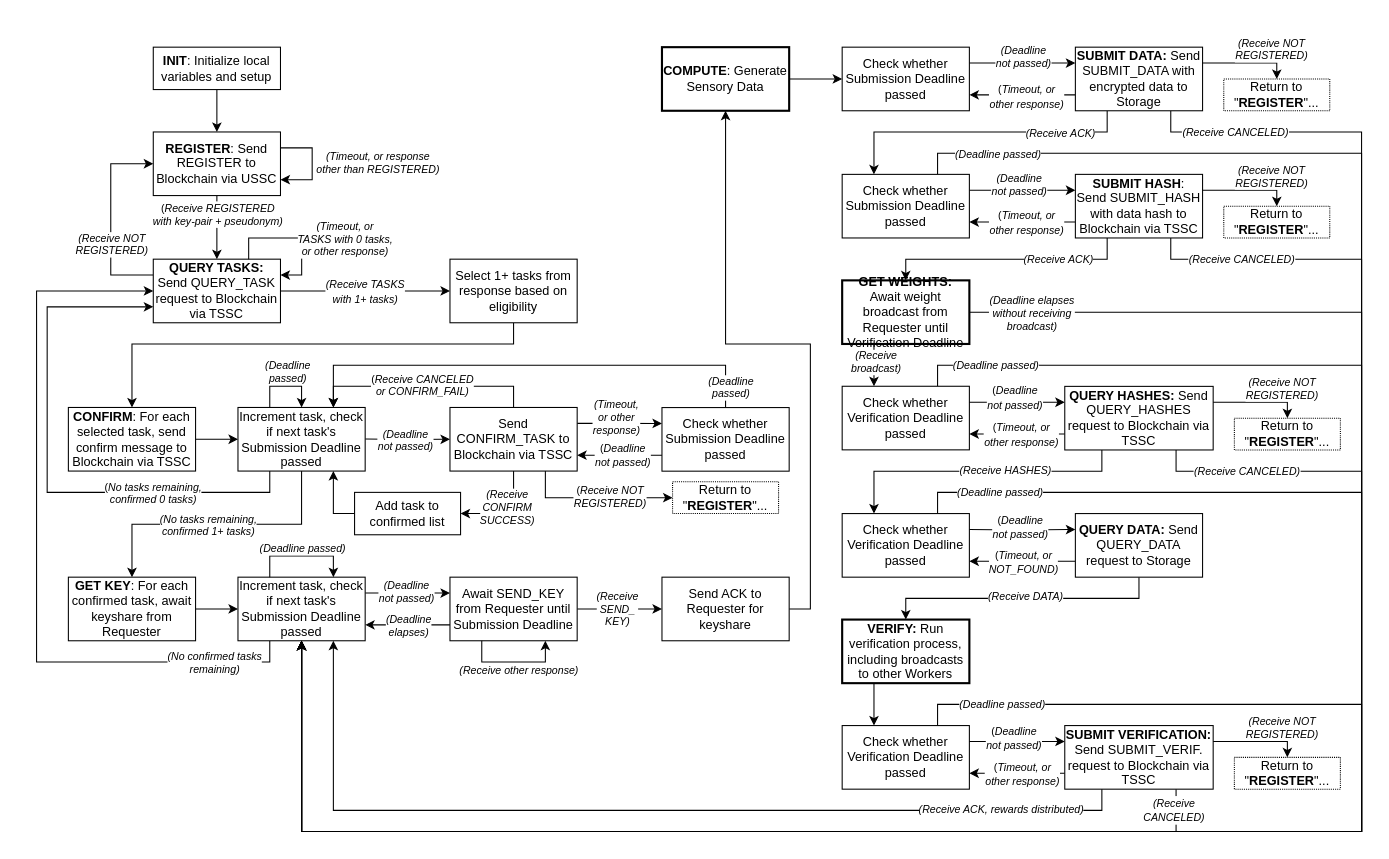
This is state_diagrams/Worker.drawio from chrisj770/cspec, a draw.io file, before an edit. Source tidied: cells renumbered, new cells numbered last; positions are measured from the earlier drawing's top-left corner, leaving out a move shared by most shapes. Both pictures are drawn from the tidied source at 106%, with x=0, y=0 at pixel (36, 47).
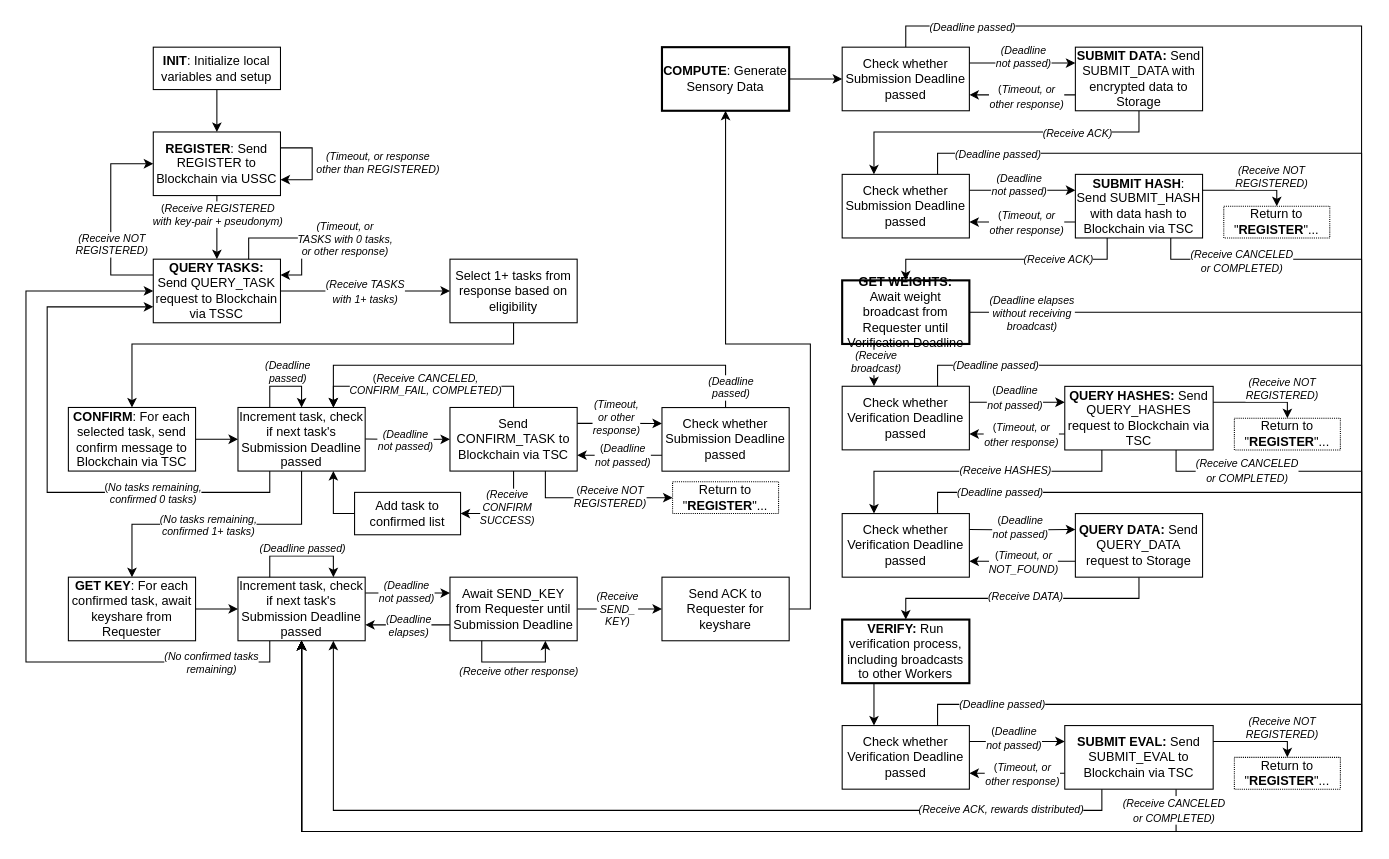
The same diagram, later.

The change refers to these unchanged cells:
```xml
<mxCell id="11" value="&lt;b&gt;QUERY TASKS: &lt;/b&gt;Send QUERY_TASK request to Blockchain via TSSC" style="rounded=0;whiteSpace=wrap;html=1;" parent="1" vertex="1">
  <mxGeometry x="110.1" y="200" width="120" height="60" as="geometry" />
</mxCell>
<mxCell id="22" value="Check whether Submission Deadline passed" style="rounded=0;whiteSpace=wrap;html=1;" parent="1" vertex="1">
  <mxGeometry x="760" width="120" height="60" as="geometry" />
</mxCell>
<mxCell id="34" style="edgeStyle=orthogonalEdgeStyle;rounded=0;jettySize=auto;html=1;exitX=0.5;exitY=0;exitDx=0;exitDy=0;entryX=0.75;entryY=0;entryDx=0;entryDy=0;" parent="1" edge="1" source="42" target="33">
  <mxGeometry relative="1" as="geometry" />
</mxCell>
<mxCell id="59" value="&lt;div&gt;Increment task, check if next task's Submission Deadline passed&lt;/div&gt;" style="rounded=0;whiteSpace=wrap;html=1;" parent="1" vertex="1">
  <mxGeometry x="190" y="500" width="120" height="60" as="geometry" />
</mxCell>
<mxCell id="73" style="edgeStyle=orthogonalEdgeStyle;rounded=0;orthogonalLoop=1;jettySize=auto;html=1;exitX=0.25;exitY=1;exitDx=0;exitDy=0;entryX=0.75;entryY=1;entryDx=0;entryDy=0;" parent="1" edge="1" source="64" target="64">
  <mxGeometry relative="1" as="geometry" />
</mxCell>
<mxCell id="79" value="&lt;b&gt;SUBMIT DATA:&lt;/b&gt; Send SUBMIT_DATA with encrypted data to Storage" style="whiteSpace=wrap;html=1;rounded=0;" parent="1" vertex="1">
  <mxGeometry x="980" width="120" height="60" as="geometry" />
</mxCell>
<mxCell id="84" value="Check whether Submission Deadline passed" style="rounded=0;whiteSpace=wrap;html=1;" parent="1" vertex="1">
  <mxGeometry x="760" y="120" width="120" height="60" as="geometry" />
</mxCell>
<mxCell id="89" style="edgeStyle=orthogonalEdgeStyle;rounded=0;jettySize=auto;html=1;exitX=0.75;exitY=1;exitDx=0;exitDy=0;entryX=0.5;entryY=1;entryDx=0;entryDy=0;" parent="1" edge="1" source="91" target="59">
  <mxGeometry relative="1" as="geometry">
    <Array as="points">
      <mxPoint x="1070" y="200" />
      <mxPoint x="1250" y="200" />
      <mxPoint x="1250" y="740" />
      <mxPoint x="250" y="740" />
    </Array>
  </mxGeometry>
</mxCell>
<mxCell id="109" style="edgeStyle=orthogonalEdgeStyle;rounded=0;jettySize=auto;html=1;exitX=0.75;exitY=1;exitDx=0;exitDy=0;entryX=0.5;entryY=1;entryDx=0;entryDy=0;" parent="1" edge="1" source="111" target="59">
  <mxGeometry relative="1" as="geometry">
    <Array as="points">
      <mxPoint x="1075" y="400" />
      <mxPoint x="1250" y="400" />
      <mxPoint x="1250" y="740" />
      <mxPoint x="250" y="740" />
    </Array>
  </mxGeometry>
</mxCell>
<mxCell id="128" style="edgeStyle=orthogonalEdgeStyle;rounded=0;jettySize=auto;html=1;exitX=0.75;exitY=1;exitDx=0;exitDy=0;entryX=0.5;entryY=1;entryDx=0;entryDy=0;" parent="1" edge="1" source="130" target="59">
  <mxGeometry relative="1" as="geometry">
    <Array as="points">
      <mxPoint x="1075" y="740" />
      <mxPoint x="250" y="740" />
    </Array>
  </mxGeometry>
</mxCell>
```

Diff of the diagram source:
```diff
@@
-    <mxCell id="13" value="&lt;b&gt;CONFIRM&lt;/b&gt;: For each selected task, send confirm message to Blockchain via TSSC" style="rounded=0;whiteSpace=wrap;html=1;" parent="1" vertex="1">
+    <mxCell id="13" value="&lt;b&gt;CONFIRM&lt;/b&gt;: For each selected task, send confirm message to Blockchain via TSC" style="rounded=0;whiteSpace=wrap;html=1;" parent="1" vertex="1">
       <mxGeometry x="30" y="339.9" width="120" height="60" as="geometry" />
     </mxCell>
@@
-    <mxCell id="20" style="edgeStyle=orthogonalEdgeStyle;rounded=0;jettySize=auto;html=1;exitX=0.25;exitY=1;exitDx=0;exitDy=0;entryX=0.25;entryY=0;entryDx=0;entryDy=0;" parent="1" edge="1" source="79" target="84">
+    <mxCell id="20" style="edgeStyle=orthogonalEdgeStyle;rounded=0;jettySize=auto;html=1;exitX=0.5;exitY=1;exitDx=0;exitDy=0;entryX=0.25;entryY=0;entryDx=0;entryDy=0;" parent="1" edge="1" source="79" target="84">
       <mxGeometry relative="1" as="geometry">
         <Array as="points">
-          <mxPoint x="1010" y="80" />
+          <mxPoint x="1040" y="80" />
           <mxPoint x="790" y="80" />
         </Array>
       </mxGeometry>
     </mxCell>
@@
+    <mxCell id="145" style="edgeStyle=orthogonalEdgeStyle;rounded=0;jettySize=auto;html=1;exitX=0.5;exitY=0;exitDx=0;exitDy=0;entryX=0.5;entryY=1;entryDx=0;entryDy=0;" parent="1" edge="1" source="22" target="59">
+      <mxGeometry relative="1" as="geometry">
+        <Array as="points">
+          <mxPoint x="820" y="-20" />
+          <mxPoint x="1250" y="-20" />
+          <mxPoint x="1250" y="740" />
+          <mxPoint x="250" y="740" />
+        </Array>
+      </mxGeometry>
+    </mxCell>
+    <mxCell id="146" value="&lt;font style=&quot;font-size: 10px;&quot;&gt;&lt;i&gt;(Deadline passed)&lt;br&gt;&lt;/i&gt;&lt;/font&gt;" style="edgeLabel;html=1;align=center;verticalAlign=middle;" parent="145" vertex="1">
+      <mxGeometry x="-0.95" y="-1" relative="1" as="geometry">
+        <mxPoint x="22" y="-1" as="offset" />
+      </mxGeometry>
+    </mxCell>
@@
-    <mxCell id="35" value="&lt;div style=&quot;font-size: 10px;&quot;&gt;&lt;font style=&quot;font-size: 10px;&quot;&gt;(&lt;i&gt;Receive CANCELED&lt;/i&gt;&lt;/font&gt;&lt;/div&gt;&lt;div style=&quot;font-size: 10px;&quot;&gt;&lt;font style=&quot;font-size: 10px;&quot;&gt;&lt;i&gt;or CONFIRM_FAIL)&lt;br&gt;&lt;/i&gt;&lt;/font&gt;&lt;/div&gt;" style="edgeLabel;html=1;align=center;verticalAlign=middle;" parent="34" vertex="1">
+    <mxCell id="35" value="&lt;div style=&quot;font-size: 10px;&quot;&gt;&lt;font style=&quot;font-size: 10px;&quot;&gt;(&lt;i&gt;Receive CANCELED, &lt;br&gt;&lt;/i&gt;&lt;/font&gt;&lt;/div&gt;&lt;div style=&quot;font-size: 10px;&quot;&gt;&lt;font style=&quot;font-size: 10px;&quot;&gt;&lt;i&gt;CONFIRM_FAIL, COMPLETED)&lt;br&gt;&lt;/i&gt;&lt;/font&gt;&lt;/div&gt;" style="edgeLabel;html=1;align=center;verticalAlign=middle;" parent="34" vertex="1">
       <mxGeometry x="0.35" y="1" relative="1" as="geometry">
-        <mxPoint x="35" y="-2" as="offset" />
+        <mxPoint x="38" y="-3" as="offset" />
       </mxGeometry>
     </mxCell>
@@
-    <mxCell id="42" value="Send CONFIRM_TASK to Blockchain via TSSC" style="rounded=0;whiteSpace=wrap;html=1;" parent="1" vertex="1">
+    <mxCell id="42" value="Send CONFIRM_TASK to Blockchain via TSC" style="rounded=0;whiteSpace=wrap;html=1;" parent="1" vertex="1">
       <mxGeometry x="390" y="339.9" width="120" height="60" as="geometry" />
     </mxCell>
@@
     <mxCell id="57" style="edgeStyle=orthogonalEdgeStyle;rounded=0;jettySize=auto;html=1;exitX=0.25;exitY=1;exitDx=0;exitDy=0;entryX=0;entryY=0.5;entryDx=0;entryDy=0;" parent="1" edge="1" source="59" target="11">
       <mxGeometry relative="1" as="geometry">
         <Array as="points">
           <mxPoint x="220" y="580" />
-          <mxPoint y="580" />
-          <mxPoint y="230" />
+          <mxPoint x="-10" y="580" />
+          <mxPoint x="-10" y="230" />
         </Array>
       </mxGeometry>
     </mxCell>
@@
     <mxCell id="74" value="&lt;font style=&quot;font-size: 10px;&quot;&gt;&lt;i&gt;(Receive other response)&lt;br&gt;&lt;/i&gt;&lt;/font&gt;" style="edgeLabel;html=1;align=center;verticalAlign=middle;" parent="73" vertex="1">
       <mxGeometry x="0.07" y="3" relative="1" as="geometry">
-        <mxPoint y="10" as="offset" />
+        <mxPoint y="11" as="offset" />
       </mxGeometry>
     </mxCell>
@@
-    <mxCell id="77" style="edgeStyle=orthogonalEdgeStyle;rounded=0;jettySize=auto;html=1;exitX=0.75;exitY=1;exitDx=0;exitDy=0;entryX=0.5;entryY=1;entryDx=0;entryDy=0;" parent="1" edge="1" source="79" target="59">
-      <mxGeometry relative="1" as="geometry">
-        <Array as="points">
-          <mxPoint x="1070" y="80" />
-          <mxPoint x="1250" y="80" />
-          <mxPoint x="1250" y="740" />
-          <mxPoint x="250" y="740" />
-        </Array>
-      </mxGeometry>
-    </mxCell>
-    <mxCell id="78" value="&lt;font style=&quot;font-size: 10px;&quot;&gt;&lt;i&gt;(Receive CANCELED)&lt;br&gt;&lt;/i&gt;&lt;/font&gt;" style="edgeLabel;html=1;align=center;verticalAlign=middle;" parent="77" vertex="1">
-      <mxGeometry x="-0.88" y="-1" relative="1" as="geometry">
-        <mxPoint x="-42" y="-2" as="offset" />
-      </mxGeometry>
-    </mxCell>
@@
-    <mxCell id="90" value="&lt;font style=&quot;font-size: 10px;&quot;&gt;&lt;i&gt;(Receive CANCELED)&lt;br&gt;&lt;/i&gt;&lt;/font&gt;" style="edgeLabel;html=1;align=center;verticalAlign=middle;" parent="89" vertex="1">
+    <mxCell id="90" value="&lt;div&gt;&lt;font style=&quot;font-size: 10px;&quot;&gt;&lt;i&gt;(Receive CANCELED&lt;/i&gt;&lt;/font&gt;&lt;/div&gt;&lt;div&gt;&lt;font style=&quot;font-size: 10px;&quot;&gt;&lt;i&gt;or COMPLETED)&lt;/i&gt;&lt;/font&gt;&lt;/div&gt;" style="edgeLabel;html=1;align=center;verticalAlign=middle;" parent="89" vertex="1">
       <mxGeometry x="-0.94" y="1" relative="1" as="geometry">
-        <mxPoint x="28" as="offset" />
+        <mxPoint x="28" y="2" as="offset" />
       </mxGeometry>
     </mxCell>
-    <mxCell id="91" value="&lt;b&gt;SUBMIT HASH&lt;/b&gt;: Send SUBMIT_HASH with data hash to Blockchain via TSSC" style="whiteSpace=wrap;html=1;rounded=0;" parent="1" vertex="1">
+    <mxCell id="91" value="&lt;b&gt;SUBMIT HASH&lt;/b&gt;: Send SUBMIT_HASH with data hash to Blockchain via TSC" style="whiteSpace=wrap;html=1;rounded=0;" parent="1" vertex="1">
       <mxGeometry x="980" y="120" width="120" height="60" as="geometry" />
     </mxCell>
@@
-    <mxCell id="110" value="&lt;font style=&quot;font-size: 10px;&quot;&gt;&lt;i&gt;(Receive CANCELED)&lt;br&gt;&lt;/i&gt;&lt;/font&gt;" style="edgeLabel;html=1;align=center;verticalAlign=middle;" parent="109" vertex="1">
+    <mxCell id="110" value="&lt;div&gt;&lt;font style=&quot;font-size: 10px;&quot;&gt;&lt;i&gt;(Receive CANCELED&lt;/i&gt;&lt;/font&gt;&lt;/div&gt;&lt;div&gt;&lt;font style=&quot;font-size: 10px;&quot;&gt;&lt;i&gt;or COMPLETED)&lt;/i&gt;&lt;/font&gt;&lt;/div&gt;" style="edgeLabel;html=1;align=center;verticalAlign=middle;" parent="109" vertex="1">
       <mxGeometry x="-0.89" y="-1" relative="1" as="geometry">
         <mxPoint x="-8" y="-2" as="offset" />
       </mxGeometry>
     </mxCell>
-    <mxCell id="111" value="&lt;b&gt;QUERY HASHES:&lt;/b&gt; Send QUERY_HASHES request to Blockchain via TSSC" style="whiteSpace=wrap;html=1;rounded=0;" parent="1" vertex="1">
+    <mxCell id="111" value="&lt;b&gt;QUERY HASHES:&lt;/b&gt; Send QUERY_HASHES request to Blockchain via TSC" style="whiteSpace=wrap;html=1;rounded=0;" parent="1" vertex="1">
       <mxGeometry x="970" y="320" width="140" height="60" as="geometry" />
     </mxCell>
@@
-    <mxCell id="129" value="&lt;div&gt;&lt;font style=&quot;font-size: 10px;&quot;&gt;&lt;i&gt;(Receive &lt;br&gt;&lt;/i&gt;&lt;/font&gt;&lt;/div&gt;&lt;div&gt;&lt;font style=&quot;font-size: 10px;&quot;&gt;&lt;i&gt;CANCELED)&lt;/i&gt;&lt;/font&gt;&lt;/div&gt;" style="edgeLabel;html=1;align=center;verticalAlign=middle;" parent="128" vertex="1">
+    <mxCell id="129" value="&lt;div&gt;&lt;font style=&quot;font-size: 10px;&quot;&gt;&lt;i&gt;(Receive CANCELED&lt;/i&gt;&lt;/font&gt;&lt;/div&gt;&lt;div&gt;&lt;font style=&quot;font-size: 10px;&quot;&gt;&lt;i&gt;or COMPLETED)&lt;/i&gt;&lt;/font&gt;&lt;/div&gt;" style="edgeLabel;html=1;align=center;verticalAlign=middle;" parent="128" vertex="1">
       <mxGeometry x="-0.97" y="-3" relative="1" as="geometry">
         <mxPoint y="3" as="offset" />
       </mxGeometry>
     </mxCell>
-    <mxCell id="130" value="&lt;b&gt;SUBMIT VERIFICATION:&lt;/b&gt; Send SUBMIT_VERIF. request to Blockchain via TSSC" style="whiteSpace=wrap;html=1;rounded=0;" parent="1" vertex="1">
+    <mxCell id="130" value="&lt;b&gt;SUBMIT EVAL:&lt;/b&gt; Send SUBMIT_EVAL to Blockchain via TSC" style="whiteSpace=wrap;html=1;rounded=0;" parent="1" vertex="1">
       <mxGeometry x="970" y="640" width="140" height="60" as="geometry" />
     </mxCell>
@@
-    <mxCell id="139" value="&lt;div&gt;Return to &quot;&lt;b&gt;REGISTER&lt;/b&gt;&quot;...&lt;/div&gt;" style="rounded=0;whiteSpace=wrap;html=1;strokeColor=default;dashed=1;dashPattern=1 1;" parent="1" vertex="1">
-      <mxGeometry x="1120" y="30" width="100" height="30" as="geometry" />
-    </mxCell>
-    <mxCell id="140" style="edgeStyle=orthogonalEdgeStyle;rounded=0;jettySize=auto;html=1;exitX=1;exitY=0.25;exitDx=0;exitDy=0;entryX=0.5;entryY=0;entryDx=0;entryDy=0;" parent="1" edge="1" target="139">
-      <mxGeometry relative="1" as="geometry">
-        <mxPoint x="1100" y="15" as="sourcePoint" />
-        <Array as="points">
-          <mxPoint x="1170" y="15" />
-        </Array>
-      </mxGeometry>
-    </mxCell>
-    <mxCell id="141" value="&lt;div style=&quot;font-size: 10px;&quot;&gt;&lt;font style=&quot;font-size: 10px;&quot;&gt;&lt;i&gt;(Receive NOT&lt;/i&gt;&lt;/font&gt;&lt;/div&gt;&lt;div style=&quot;font-size: 10px;&quot;&gt;&lt;font style=&quot;font-size: 10px;&quot;&gt;&lt;i&gt;REGISTERED)&lt;br&gt;&lt;/i&gt;&lt;/font&gt;&lt;/div&gt;" style="edgeLabel;html=1;align=center;verticalAlign=middle;" parent="140" vertex="1">
-      <mxGeometry x="0.34" y="-1" relative="1" as="geometry">
-        <mxPoint x="7" y="-15" as="offset" />
-      </mxGeometry>
-    </mxCell>
@@
+    <mxCell id="147" style="edgeStyle=orthogonalEdgeStyle;rounded=0;orthogonalLoop=1;jettySize=auto;html=1;exitX=1;exitY=0.5;exitDx=0;exitDy=0;entryX=0;entryY=0.5;entryDx=0;entryDy=0;" parent="1" edge="1">
+      <mxGeometry relative="1" as="geometry">
+        <mxPoint x="950" y="2110" as="sourcePoint" />
+      </mxGeometry>
+    </mxCell>
+    <mxCell id="148" value="&lt;div style=&quot;font-size: 10px;&quot;&gt;&lt;font style=&quot;font-size: 10px;&quot;&gt;&lt;i&gt;(Receive initial&lt;br&gt;&lt;/i&gt;&lt;/font&gt;&lt;/div&gt;&lt;div style=&quot;font-size: 10px;&quot;&gt;&lt;font style=&quot;font-size: 10px;&quot;&gt;&lt;i&gt;query from&lt;/i&gt;&lt;/font&gt;&lt;/div&gt;&lt;div style=&quot;font-size: 10px;&quot;&gt;&lt;font style=&quot;font-size: 10px;&quot;&gt;&lt;i&gt;Requester)&lt;br&gt;&lt;/i&gt;&lt;/font&gt;&lt;/div&gt;" style="edgeLabel;html=1;align=center;verticalAlign=middle;" parent="147" vertex="1">
+      <mxGeometry x="-0.29" y="-1" relative="1" as="geometry">
+        <mxPoint x="10" y="-1" as="offset" />
+      </mxGeometry>
+    </mxCell>
+    <mxCell id="149" style="edgeStyle=orthogonalEdgeStyle;rounded=0;orthogonalLoop=1;jettySize=auto;html=1;exitX=1;exitY=0.5;exitDx=0;exitDy=0;entryX=0;entryY=0.5;entryDx=0;entryDy=0;" parent="1" edge="1">
+      <mxGeometry relative="1" as="geometry">
+        <mxPoint x="1180" y="2250" as="sourcePoint" />
+      </mxGeometry>
+    </mxCell>
+    <mxCell id="150" value="&lt;div style=&quot;font-size: 10px;&quot;&gt;&lt;font style=&quot;font-size: 10px;&quot;&gt;&lt;i&gt;(Weights&lt;/i&gt;&lt;/font&gt;&lt;/div&gt;&lt;div style=&quot;font-size: 10px;&quot;&gt;&lt;font style=&quot;font-size: 10px;&quot;&gt;&lt;i&gt;match)&lt;br&gt;&lt;/i&gt;&lt;/font&gt;&lt;/div&gt;" style="edgeLabel;html=1;align=center;verticalAlign=middle;" parent="149" vertex="1">
+      <mxGeometry x="-0.32" relative="1" as="geometry">
+        <mxPoint x="9" as="offset" />
+      </mxGeometry>
+    </mxCell>
```
